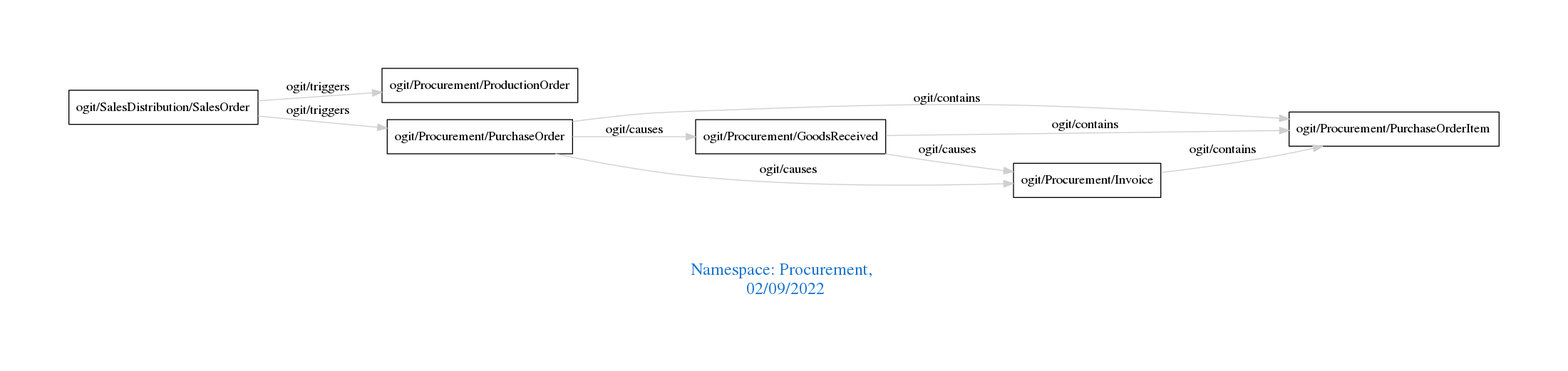
This is downloads/Procurement.png from arago/OGIT, a Graphviz export, as it was before one commit. Its source is kept beside it as downloads/Procurement.dot.
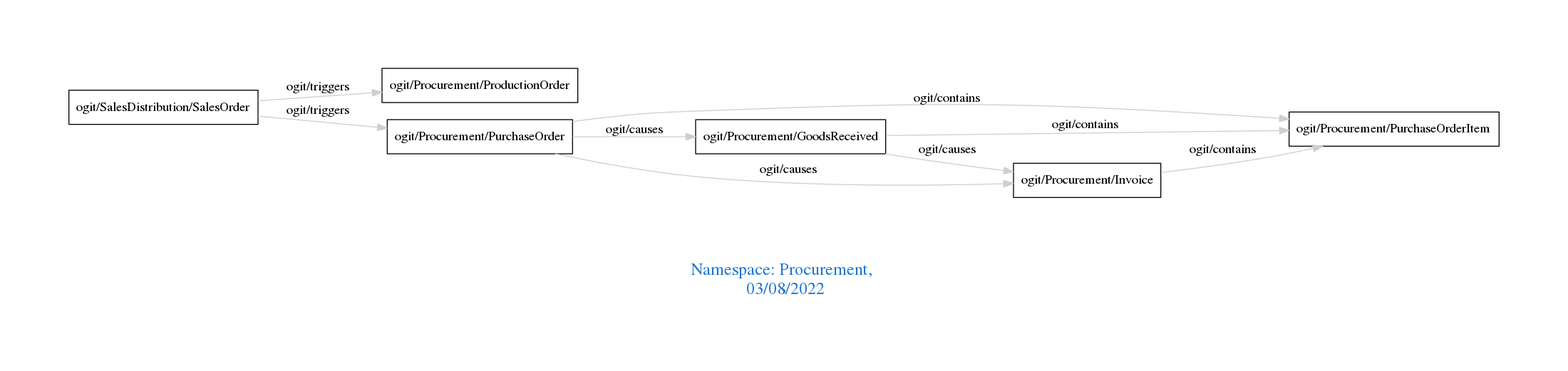
The same diagram one commit later.

Change to the diagram source:
```diff
@@ -1,7 +1,7 @@
 digraph OGIT_ontology {
  graph [ rankdir= LR,pad=1
 fontsize = 18,
-fontcolor= dodgerblue3,label = "\n\n\nNamespace: Procurement, \n 02/09/2022"];
+fontcolor= dodgerblue3,label = "\n\n\nNamespace: Procurement, \n 03/08/2022"];
 node[shape=polygon];
 edge [  color="gray81"];
 
```
